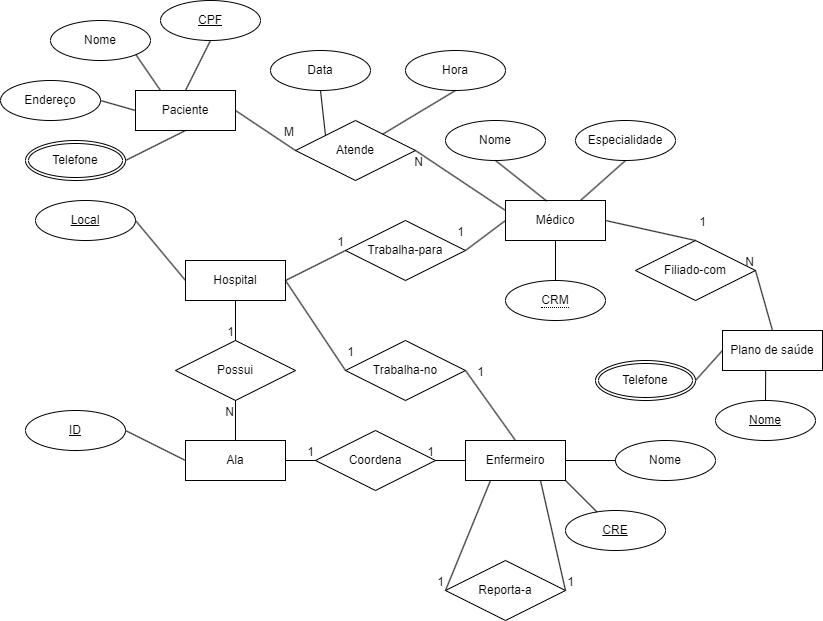
Earlier version of the draw.io export Exerc1 - Hospital.drawio.png (Felipe256/Exercicio-DER). Source tidied: cells renumbered, new cells last; positions are measured from the earlier drawing's top-left corner, leaving out a move shared by most shapes. The source it was exported from:
```xml
<mxGraphModel>
  <root>
    <mxCell id="0" />
    <mxCell id="1" parent="0" />
    <mxCell id="2" value="Hospital" style="whiteSpace=wrap;html=1;align=center;" parent="1" vertex="1">
      <mxGeometry x="185" y="260" width="100" height="40" as="geometry" />
    </mxCell>
    <mxCell id="3" value="Local" style="ellipse;whiteSpace=wrap;html=1;align=center;fontStyle=4;" parent="1" vertex="1">
      <mxGeometry x="35" y="200" width="100" height="40" as="geometry" />
    </mxCell>
    <mxCell id="4" style="endArrow=none;html=1;rounded=0;exitX=1;exitY=0.5;exitDx=0;exitDy=0;entryX=0;entryY=0.5;entryDx=0;entryDy=0;" parent="1" edge="1" source="3" target="2">
      <mxGeometry relative="1" as="geometry" />
    </mxCell>
    <mxCell id="5" value="Ala" style="whiteSpace=wrap;html=1;align=center;" parent="1" vertex="1">
      <mxGeometry x="185" y="440" width="100" height="40" as="geometry" />
    </mxCell>
    <mxCell id="6" value="ID" style="ellipse;whiteSpace=wrap;html=1;align=center;fontStyle=4;" parent="1" vertex="1">
      <mxGeometry x="25" y="410" width="100" height="40" as="geometry" />
    </mxCell>
    <mxCell id="7" style="endArrow=none;html=1;rounded=0;exitX=1;exitY=0.5;exitDx=0;exitDy=0;entryX=0;entryY=0.5;entryDx=0;entryDy=0;" parent="1" edge="1" source="6" target="5">
      <mxGeometry relative="1" as="geometry" />
    </mxCell>
    <mxCell id="8" value="Possui" style="shape=rhombus;perimeter=rhombusPerimeter;whiteSpace=wrap;html=1;align=center;" parent="1" vertex="1">
      <mxGeometry x="175" y="340" width="120" height="60" as="geometry" />
    </mxCell>
    <mxCell id="9" value="Enfermeiro" style="whiteSpace=wrap;html=1;align=center;" parent="1" vertex="1">
      <mxGeometry x="465" y="440" width="100" height="40" as="geometry" />
    </mxCell>
    <mxCell id="10" value="Coordena" style="shape=rhombus;perimeter=rhombusPerimeter;whiteSpace=wrap;html=1;align=center;" parent="1" vertex="1">
      <mxGeometry x="315" y="430" width="120" height="60" as="geometry" />
    </mxCell>
    <mxCell id="11" value="Trabalha-no" style="shape=rhombus;perimeter=rhombusPerimeter;whiteSpace=wrap;html=1;align=center;" parent="1" vertex="1">
      <mxGeometry x="345" y="340" width="120" height="60" as="geometry" />
    </mxCell>
    <mxCell id="12" value="Nome" style="ellipse;whiteSpace=wrap;html=1;align=center;" parent="1" vertex="1">
      <mxGeometry x="615" y="440" width="100" height="40" as="geometry" />
    </mxCell>
    <mxCell id="13" style="endArrow=none;html=1;rounded=0;" parent="1" edge="1" source="9" target="12">
      <mxGeometry relative="1" as="geometry" />
    </mxCell>
    <mxCell id="14" value="CRE" style="ellipse;whiteSpace=wrap;html=1;align=center;fontStyle=4;" parent="1" vertex="1">
      <mxGeometry x="565" y="510" width="100" height="40" as="geometry" />
    </mxCell>
    <mxCell id="15" style="endArrow=none;html=1;rounded=0;exitX=1;exitY=1;exitDx=0;exitDy=0;" parent="1" edge="1" source="9" target="14">
      <mxGeometry relative="1" as="geometry" />
    </mxCell>
    <mxCell id="16" value="Reporta-a" style="shape=rhombus;perimeter=rhombusPerimeter;whiteSpace=wrap;html=1;align=center;" parent="1" vertex="1">
      <mxGeometry x="445" y="560" width="120" height="60" as="geometry" />
    </mxCell>
    <mxCell id="17" style="endArrow=none;html=1;rounded=0;exitX=0.5;exitY=1;exitDx=0;exitDy=0;entryX=0.5;entryY=0;entryDx=0;entryDy=0;" parent="1" edge="1" source="2" target="8">
      <mxGeometry relative="1" as="geometry" />
    </mxCell>
    <mxCell id="18" value="1" style="html=1;whiteSpace=wrap;align=right;verticalAlign=bottom;" parent="17" vertex="1">
      <mxGeometry x="1" relative="1" as="geometry" />
    </mxCell>
    <mxCell id="19" style="endArrow=none;html=1;rounded=0;entryX=0.5;entryY=1;entryDx=0;entryDy=0;exitX=0.5;exitY=0;exitDx=0;exitDy=0;" parent="1" edge="1" source="5" target="8">
      <mxGeometry relative="1" as="geometry" />
    </mxCell>
    <mxCell id="20" value="N" style="html=1;whiteSpace=wrap;align=right;verticalAlign=bottom;" parent="19" vertex="1">
      <mxGeometry x="1" relative="1" as="geometry">
        <mxPoint y="20" as="offset" />
      </mxGeometry>
    </mxCell>
    <mxCell id="21" style="endArrow=none;html=1;rounded=0;exitX=1;exitY=0.5;exitDx=0;exitDy=0;entryX=0;entryY=0.5;entryDx=0;entryDy=0;" parent="1" edge="1" source="5" target="10">
      <mxGeometry relative="1" as="geometry" />
    </mxCell>
    <mxCell id="22" value="1" style="html=1;whiteSpace=wrap;align=right;verticalAlign=bottom;" parent="21" vertex="1">
      <mxGeometry x="1" relative="1" as="geometry" />
    </mxCell>
    <mxCell id="23" style="endArrow=none;html=1;rounded=0;exitX=0;exitY=0.5;exitDx=0;exitDy=0;entryX=1;entryY=0.5;entryDx=0;entryDy=0;" parent="1" edge="1" source="9" target="10">
      <mxGeometry relative="1" as="geometry" />
    </mxCell>
    <mxCell id="24" value="1" style="html=1;whiteSpace=wrap;align=right;verticalAlign=bottom;" parent="23" vertex="1">
      <mxGeometry x="1" relative="1" as="geometry" />
    </mxCell>
    <mxCell id="25" style="endArrow=none;html=1;rounded=0;exitX=0.25;exitY=1;exitDx=0;exitDy=0;entryX=0;entryY=0.5;entryDx=0;entryDy=0;" parent="1" edge="1" source="9" target="16">
      <mxGeometry relative="1" as="geometry" />
    </mxCell>
    <mxCell id="26" value="1" style="html=1;whiteSpace=wrap;align=right;verticalAlign=bottom;" parent="25" vertex="1">
      <mxGeometry x="1" relative="1" as="geometry" />
    </mxCell>
    <mxCell id="27" style="endArrow=none;html=1;rounded=0;exitX=0.75;exitY=1;exitDx=0;exitDy=0;entryX=1;entryY=0.5;entryDx=0;entryDy=0;" parent="1" edge="1" source="9" target="16">
      <mxGeometry relative="1" as="geometry" />
    </mxCell>
    <mxCell id="28" value="1" style="html=1;whiteSpace=wrap;align=right;verticalAlign=bottom;" parent="27" vertex="1">
      <mxGeometry x="1" relative="1" as="geometry">
        <mxPoint x="10" as="offset" />
      </mxGeometry>
    </mxCell>
    <mxCell id="29" value="Médico" style="whiteSpace=wrap;html=1;align=center;" parent="1" vertex="1">
      <mxGeometry x="505" y="200" width="100" height="40" as="geometry" />
    </mxCell>
    <mxCell id="30" value="Trabalha-para" style="shape=rhombus;perimeter=rhombusPerimeter;whiteSpace=wrap;html=1;align=center;" parent="1" vertex="1">
      <mxGeometry x="345" y="220" width="120" height="60" as="geometry" />
    </mxCell>
    <mxCell id="31" style="endArrow=none;html=1;rounded=0;exitX=1;exitY=0.5;exitDx=0;exitDy=0;entryX=0;entryY=0.5;entryDx=0;entryDy=0;" parent="1" edge="1" source="2" target="30">
      <mxGeometry relative="1" as="geometry" />
    </mxCell>
    <mxCell id="32" value="1" style="html=1;whiteSpace=wrap;align=right;verticalAlign=bottom;" parent="31" vertex="1">
      <mxGeometry x="1" relative="1" as="geometry" />
    </mxCell>
    <mxCell id="33" style="endArrow=none;html=1;rounded=0;exitX=0;exitY=0.5;exitDx=0;exitDy=0;entryX=1;entryY=0.5;entryDx=0;entryDy=0;" parent="1" edge="1" source="29" target="30">
      <mxGeometry relative="1" as="geometry" />
    </mxCell>
    <mxCell id="34" value="1" style="html=1;whiteSpace=wrap;align=right;verticalAlign=bottom;" parent="33" vertex="1">
      <mxGeometry x="1" relative="1" as="geometry">
        <mxPoint y="-10" as="offset" />
      </mxGeometry>
    </mxCell>
    <mxCell id="35" style="endArrow=none;html=1;rounded=0;exitX=1;exitY=0.5;exitDx=0;exitDy=0;entryX=0;entryY=0.5;entryDx=0;entryDy=0;" parent="1" edge="1" source="2" target="11">
      <mxGeometry relative="1" as="geometry" />
    </mxCell>
    <mxCell id="36" value="1" style="html=1;whiteSpace=wrap;align=right;verticalAlign=bottom;" parent="35" vertex="1">
      <mxGeometry x="1" relative="1" as="geometry">
        <mxPoint x="10" y="-10" as="offset" />
      </mxGeometry>
    </mxCell>
    <mxCell id="37" style="endArrow=none;html=1;rounded=0;exitX=1;exitY=0.5;exitDx=0;exitDy=0;entryX=0.5;entryY=0;entryDx=0;entryDy=0;" parent="1" edge="1" source="11" target="9">
      <mxGeometry relative="1" as="geometry" />
    </mxCell>
    <mxCell id="38" value="1" style="html=1;whiteSpace=wrap;align=right;verticalAlign=bottom;" parent="37" vertex="1">
      <mxGeometry x="1" relative="1" as="geometry">
        <mxPoint x="-30" y="-60" as="offset" />
      </mxGeometry>
    </mxCell>
    <mxCell id="39" value="Filiado-com" style="shape=rhombus;perimeter=rhombusPerimeter;whiteSpace=wrap;html=1;align=center;" parent="1" vertex="1">
      <mxGeometry x="635" y="240" width="120" height="60" as="geometry" />
    </mxCell>
    <mxCell id="40" value="Plano de saúde" style="whiteSpace=wrap;html=1;align=center;" parent="1" vertex="1">
      <mxGeometry x="722" y="330" width="100" height="40" as="geometry" />
    </mxCell>
    <mxCell id="41" style="endArrow=none;html=1;rounded=0;exitX=1;exitY=0.5;exitDx=0;exitDy=0;entryX=0.5;entryY=0;entryDx=0;entryDy=0;" parent="1" edge="1" source="29" target="39">
      <mxGeometry relative="1" as="geometry" />
    </mxCell>
    <mxCell id="42" value="1" style="html=1;whiteSpace=wrap;align=right;verticalAlign=bottom;" parent="41" vertex="1">
      <mxGeometry x="1" relative="1" as="geometry">
        <mxPoint x="12" y="-10" as="offset" />
      </mxGeometry>
    </mxCell>
    <mxCell id="43" style="endArrow=none;html=1;rounded=0;entryX=1;entryY=0.5;entryDx=0;entryDy=0;exitX=0.5;exitY=0;exitDx=0;exitDy=0;" parent="1" edge="1" source="40" target="39">
      <mxGeometry relative="1" as="geometry" />
    </mxCell>
    <mxCell id="44" value="N" style="html=1;whiteSpace=wrap;align=right;verticalAlign=bottom;" parent="43" vertex="1">
      <mxGeometry x="1" relative="1" as="geometry" />
    </mxCell>
    <mxCell id="45" style="endArrow=none;html=1;rounded=0;exitX=0.432;exitY=0.99;exitDx=0;exitDy=0;exitPerimeter=0;entryX=0.5;entryY=0;entryDx=0;entryDy=0;" parent="1" edge="1" source="40" target="46">
      <mxGeometry relative="1" as="geometry" />
    </mxCell>
    <mxCell id="46" value="Nome" style="ellipse;whiteSpace=wrap;html=1;align=center;fontStyle=4;" parent="1" vertex="1">
      <mxGeometry x="715" y="400" width="100" height="40" as="geometry" />
    </mxCell>
    <mxCell id="47" style="endArrow=none;html=1;rounded=0;entryX=0;entryY=0.5;entryDx=0;entryDy=0;exitX=1;exitY=0.5;exitDx=0;exitDy=0;" parent="1" edge="1" source="48" target="40">
      <mxGeometry relative="1" as="geometry" />
    </mxCell>
    <mxCell id="48" value="Telefone" style="ellipse;shape=doubleEllipse;margin=3;whiteSpace=wrap;html=1;align=center;" parent="1" vertex="1">
      <mxGeometry x="595" y="360" width="100" height="40" as="geometry" />
    </mxCell>
    <mxCell id="49" value="&lt;span style=&quot;border-bottom: 1px dotted&quot;&gt;CRM&lt;br&gt;&lt;/span&gt;" style="ellipse;whiteSpace=wrap;html=1;align=center;" parent="1" vertex="1">
      <mxGeometry x="505" y="280" width="100" height="40" as="geometry" />
    </mxCell>
    <mxCell id="50" style="endArrow=none;html=1;rounded=0;entryX=0.5;entryY=1;entryDx=0;entryDy=0;exitX=0.5;exitY=0;exitDx=0;exitDy=0;" parent="1" edge="1" source="49" target="29">
      <mxGeometry relative="1" as="geometry" />
    </mxCell>
    <mxCell id="51" value="Nome" style="ellipse;whiteSpace=wrap;html=1;align=center;" parent="1" vertex="1">
      <mxGeometry x="445" y="120" width="100" height="40" as="geometry" />
    </mxCell>
    <mxCell id="52" style="endArrow=none;html=1;rounded=0;exitX=0.5;exitY=1;exitDx=0;exitDy=0;entryX=0.412;entryY=0.013;entryDx=0;entryDy=0;entryPerimeter=0;" parent="1" edge="1" source="51" target="29">
      <mxGeometry relative="1" as="geometry" />
    </mxCell>
    <mxCell id="53" value="Especialidade" style="ellipse;whiteSpace=wrap;html=1;align=center;" parent="1" vertex="1">
      <mxGeometry x="575" y="120" width="100" height="40" as="geometry" />
    </mxCell>
    <mxCell id="54" style="endArrow=none;html=1;rounded=0;entryX=0.5;entryY=1;entryDx=0;entryDy=0;exitX=0.75;exitY=0;exitDx=0;exitDy=0;" parent="1" edge="1" source="29" target="53">
      <mxGeometry relative="1" as="geometry" />
    </mxCell>
    <mxCell id="55" value="Atende" style="shape=rhombus;perimeter=rhombusPerimeter;whiteSpace=wrap;html=1;align=center;" parent="1" vertex="1">
      <mxGeometry x="295" y="120" width="120" height="60" as="geometry" />
    </mxCell>
    <mxCell id="56" style="endArrow=none;html=1;rounded=0;entryX=0;entryY=0.25;entryDx=0;entryDy=0;exitX=1;exitY=0.5;exitDx=0;exitDy=0;" parent="1" edge="1" source="55" target="29">
      <mxGeometry relative="1" as="geometry" />
    </mxCell>
    <mxCell id="57" value="N" style="html=1;whiteSpace=wrap;align=right;verticalAlign=bottom;" parent="56" vertex="1">
      <mxGeometry x="1" relative="1" as="geometry">
        <mxPoint x="-81" y="-40" as="offset" />
      </mxGeometry>
    </mxCell>
    <mxCell id="58" value="Paciente" style="whiteSpace=wrap;html=1;align=center;" parent="1" vertex="1">
      <mxGeometry x="135" y="90" width="100" height="40" as="geometry" />
    </mxCell>
    <mxCell id="59" style="endArrow=none;html=1;rounded=0;entryX=1;entryY=0.5;entryDx=0;entryDy=0;exitX=0;exitY=0.5;exitDx=0;exitDy=0;" parent="1" edge="1" source="55" target="58">
      <mxGeometry relative="1" as="geometry" />
    </mxCell>
    <mxCell id="60" value="M" style="html=1;whiteSpace=wrap;align=right;verticalAlign=bottom;" parent="59" vertex="1">
      <mxGeometry x="1" relative="1" as="geometry">
        <mxPoint x="60" y="30" as="offset" />
      </mxGeometry>
    </mxCell>
    <mxCell id="61" value="Data" style="ellipse;whiteSpace=wrap;html=1;align=center;" parent="1" vertex="1">
      <mxGeometry x="270" y="50" width="100" height="40" as="geometry" />
    </mxCell>
    <mxCell id="62" value="Hora" style="ellipse;whiteSpace=wrap;html=1;align=center;" parent="1" vertex="1">
      <mxGeometry x="405" y="50" width="100" height="40" as="geometry" />
    </mxCell>
    <mxCell id="63" style="endArrow=none;html=1;rounded=0;entryX=0.5;entryY=1;entryDx=0;entryDy=0;" parent="1" edge="1" source="55" target="62">
      <mxGeometry relative="1" as="geometry" />
    </mxCell>
    <mxCell id="64" style="endArrow=none;html=1;rounded=0;exitX=0.5;exitY=1;exitDx=0;exitDy=0;entryX=0;entryY=0;entryDx=0;entryDy=0;" parent="1" edge="1" source="61" target="55">
      <mxGeometry relative="1" as="geometry" />
    </mxCell>
    <mxCell id="65" value="CPF" style="ellipse;whiteSpace=wrap;html=1;align=center;fontStyle=4;" parent="1" vertex="1">
      <mxGeometry x="160" width="100" height="40" as="geometry" />
    </mxCell>
    <mxCell id="66" style="endArrow=none;html=1;rounded=0;entryX=0.5;entryY=1;entryDx=0;entryDy=0;exitX=0.5;exitY=0;exitDx=0;exitDy=0;" parent="1" edge="1" source="58" target="65">
      <mxGeometry relative="1" as="geometry" />
    </mxCell>
    <mxCell id="67" value="Nome" style="ellipse;whiteSpace=wrap;html=1;align=center;" parent="1" vertex="1">
      <mxGeometry x="50" y="20" width="100" height="40" as="geometry" />
    </mxCell>
    <mxCell id="68" value="Telefone" style="ellipse;shape=doubleEllipse;margin=3;whiteSpace=wrap;html=1;align=center;" parent="1" vertex="1">
      <mxGeometry x="25" y="140" width="100" height="40" as="geometry" />
    </mxCell>
    <mxCell id="69" value="Endereço" style="ellipse;whiteSpace=wrap;html=1;align=center;" parent="1" vertex="1">
      <mxGeometry y="80" width="100" height="40" as="geometry" />
    </mxCell>
    <mxCell id="70" style="endArrow=none;html=1;rounded=0;exitX=1;exitY=0.5;exitDx=0;exitDy=0;entryX=0;entryY=0.5;entryDx=0;entryDy=0;" parent="1" edge="1" source="69" target="58">
      <mxGeometry relative="1" as="geometry" />
    </mxCell>
    <mxCell id="71" style="endArrow=none;html=1;rounded=0;exitX=1;exitY=0.5;exitDx=0;exitDy=0;entryX=0.5;entryY=1;entryDx=0;entryDy=0;" parent="1" edge="1" source="68" target="58">
      <mxGeometry relative="1" as="geometry" />
    </mxCell>
    <mxCell id="72" style="endArrow=none;html=1;rounded=0;exitX=1;exitY=1;exitDx=0;exitDy=0;entryX=0.25;entryY=0;entryDx=0;entryDy=0;" parent="1" edge="1" source="67" target="58">
      <mxGeometry relative="1" as="geometry" />
    </mxCell>
  </root>
</mxGraphModel>
```
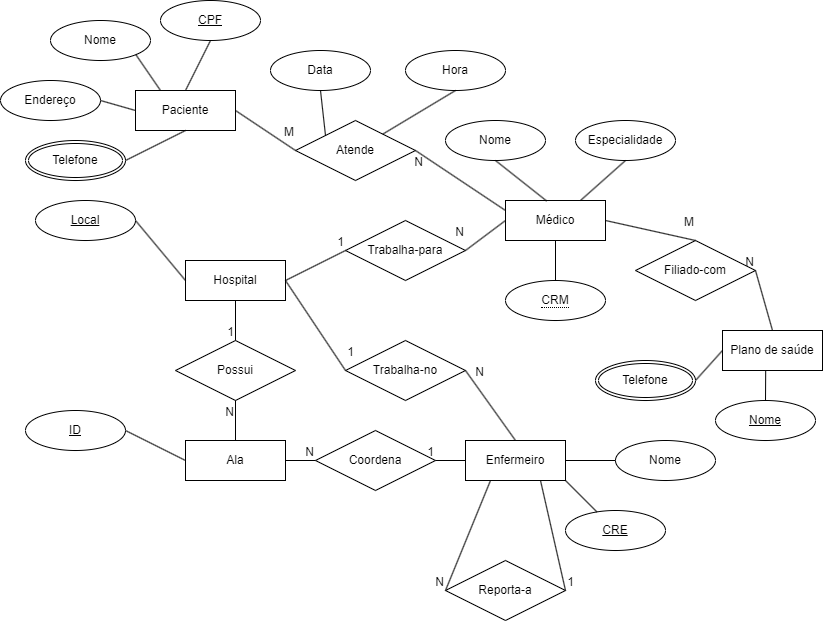
After the commit.

The edit, as a diff of the source:
```diff
@@ -64,7 +64,7 @@
     <mxCell id="21" style="endArrow=none;html=1;rounded=0;exitX=1;exitY=0.5;exitDx=0;exitDy=0;entryX=0;entryY=0.5;entryDx=0;entryDy=0;" parent="1" edge="1" source="5" target="10">
       <mxGeometry relative="1" as="geometry" />
     </mxCell>
-    <mxCell id="22" value="1" style="html=1;whiteSpace=wrap;align=right;verticalAlign=bottom;" parent="21" vertex="1">
+    <mxCell id="22" value="N" style="html=1;whiteSpace=wrap;align=right;verticalAlign=bottom;" parent="21" vertex="1">
       <mxGeometry x="1" relative="1" as="geometry" />
     </mxCell>
     <mxCell id="23" style="endArrow=none;html=1;rounded=0;exitX=0;exitY=0.5;exitDx=0;exitDy=0;entryX=1;entryY=0.5;entryDx=0;entryDy=0;" parent="1" edge="1" source="9" target="10">
@@ -76,7 +76,7 @@
     <mxCell id="25" style="endArrow=none;html=1;rounded=0;exitX=0.25;exitY=1;exitDx=0;exitDy=0;entryX=0;entryY=0.5;entryDx=0;entryDy=0;" parent="1" edge="1" source="9" target="16">
       <mxGeometry relative="1" as="geometry" />
     </mxCell>
-    <mxCell id="26" value="1" style="html=1;whiteSpace=wrap;align=right;verticalAlign=bottom;" parent="25" vertex="1">
+    <mxCell id="26" value="N" style="html=1;whiteSpace=wrap;align=right;verticalAlign=bottom;" parent="25" vertex="1">
       <mxGeometry x="1" relative="1" as="geometry" />
     </mxCell>
     <mxCell id="27" style="endArrow=none;html=1;rounded=0;exitX=0.75;exitY=1;exitDx=0;exitDy=0;entryX=1;entryY=0.5;entryDx=0;entryDy=0;" parent="1" edge="1" source="9" target="16">
@@ -102,7 +102,7 @@
     <mxCell id="33" style="endArrow=none;html=1;rounded=0;exitX=0;exitY=0.5;exitDx=0;exitDy=0;entryX=1;entryY=0.5;entryDx=0;entryDy=0;" parent="1" edge="1" source="29" target="30">
       <mxGeometry relative="1" as="geometry" />
     </mxCell>
-    <mxCell id="34" value="1" style="html=1;whiteSpace=wrap;align=right;verticalAlign=bottom;" parent="33" vertex="1">
+    <mxCell id="34" value="N" style="html=1;whiteSpace=wrap;align=right;verticalAlign=bottom;" parent="33" vertex="1">
       <mxGeometry x="1" relative="1" as="geometry">
         <mxPoint y="-10" as="offset" />
       </mxGeometry>
@@ -118,7 +118,7 @@
     <mxCell id="37" style="endArrow=none;html=1;rounded=0;exitX=1;exitY=0.5;exitDx=0;exitDy=0;entryX=0.5;entryY=0;entryDx=0;entryDy=0;" parent="1" edge="1" source="11" target="9">
       <mxGeometry relative="1" as="geometry" />
     </mxCell>
-    <mxCell id="38" value="1" style="html=1;whiteSpace=wrap;align=right;verticalAlign=bottom;" parent="37" vertex="1">
+    <mxCell id="38" value="N" style="html=1;whiteSpace=wrap;align=right;verticalAlign=bottom;" parent="37" vertex="1">
       <mxGeometry x="1" relative="1" as="geometry">
         <mxPoint x="-30" y="-60" as="offset" />
       </mxGeometry>
@@ -132,9 +132,9 @@
     <mxCell id="41" style="endArrow=none;html=1;rounded=0;exitX=1;exitY=0.5;exitDx=0;exitDy=0;entryX=0.5;entryY=0;entryDx=0;entryDy=0;" parent="1" edge="1" source="29" target="39">
       <mxGeometry relative="1" as="geometry" />
     </mxCell>
-    <mxCell id="42" value="1" style="html=1;whiteSpace=wrap;align=right;verticalAlign=bottom;" parent="41" vertex="1">
+    <mxCell id="42" value="M" style="html=1;whiteSpace=wrap;align=right;verticalAlign=bottom;" parent="41" vertex="1">
       <mxGeometry x="1" relative="1" as="geometry">
-        <mxPoint x="12" y="-10" as="offset" />
+        <mxPoint y="-10" as="offset" />
       </mxGeometry>
     </mxCell>
     <mxCell id="43" style="endArrow=none;html=1;rounded=0;entryX=1;entryY=0.5;entryDx=0;entryDy=0;exitX=0.5;exitY=0;exitDx=0;exitDy=0;" parent="1" edge="1" source="40" target="39">
```
